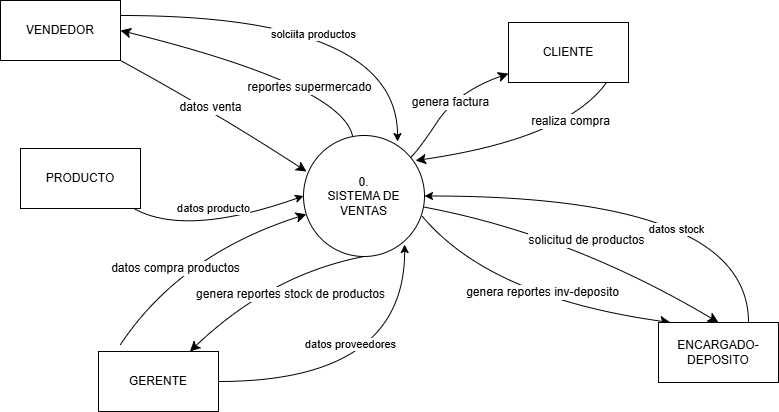
Before: assets/img/blog/modelo-ambiental.png, a diagram exported from draw.io (yson27/web-analisis-diseno). Source tidied: cells renumbered, new cells last; positions are measured from the earlier drawing's top-left corner, leaving out a move shared by most shapes.
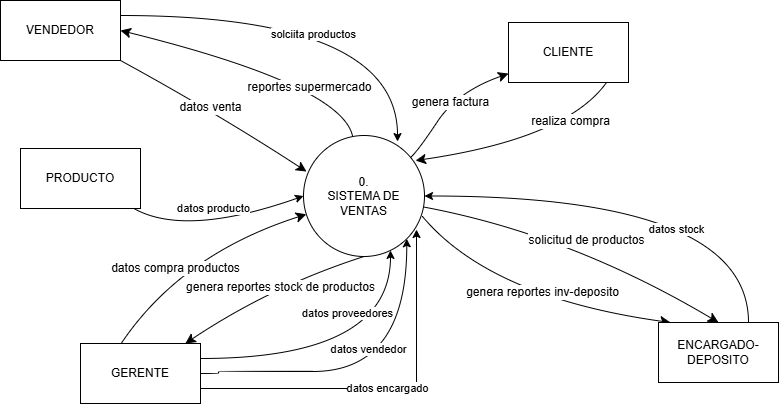
Later version of the same file.

The edit, as a diff of the source:
```diff
@@ -53,11 +53,17 @@
         <mxPoint x="1" as="offset" />
       </mxGeometry>
     </mxCell>
-    <mxCell id="11" value="datos proveedores" style="edgeStyle=orthogonalEdgeStyle;rounded=0;jettySize=auto;html=1;exitX=1;exitY=0.5;exitDx=0;exitDy=0;entryX=0.836;entryY=0.901;entryDx=0;entryDy=0;entryPerimeter=0;curved=1;" parent="1" edge="1" source="12" target="6">
-      <mxGeometry x="-0.18" y="37" relative="1" as="geometry" />
-    </mxCell>
+    <mxCell id="22" value="datos vendedor" style="edgeStyle=orthogonalEdgeStyle;rounded=0;jettySize=auto;html=1;exitX=1;exitY=0.5;exitDx=0;exitDy=0;curved=1;entryX=1;entryY=1;entryDx=0;entryDy=0;" parent="1" edge="1" source="12" target="6">
+      <mxGeometry y="22" relative="1" as="geometry">
+        <Array as="points">
+          <mxPoint x="218" y="373" />
+          <mxPoint x="218" y="371" />
+          <mxPoint x="406" y="371" />
+        </Array>
+      </mxGeometry>
+    </mxCell>
     <mxCell id="12" value="GERENTE" style="rounded=0;whiteSpace=wrap;html=1;" parent="1" vertex="1">
-      <mxGeometry x="98" y="351" width="120" height="60" as="geometry" />
+      <mxGeometry x="80" y="343" width="120" height="60" as="geometry" />
     </mxCell>
     <mxCell id="13" style="edgeStyle=orthogonalEdgeStyle;rounded=0;jettySize=auto;html=1;exitX=0.75;exitY=0;exitDx=0;exitDy=0;entryX=1;entryY=0.5;entryDx=0;entryDy=0;curved=1;" parent="1" edge="1" source="15" target="6">
       <mxGeometry relative="1" as="geometry" />
@@ -78,9 +84,9 @@
       </mxGeometry>
     </mxCell>
     <mxCell id="17" value="genera reportes stock de productos" style="edgeStyle=none;curved=1;rounded=0;jettySize=auto;html=1;exitX=0.5;exitY=1;exitDx=0;exitDy=0;fontSize=12;startSize=8;endSize=8;" parent="1" edge="1" source="6" target="12">
-      <mxGeometry x="-0.23" y="23" relative="1" as="geometry">
+      <mxGeometry x="-0.11" y="4" relative="1" as="geometry">
         <Array as="points">
-          <mxPoint x="270" y="274" />
+          <mxPoint x="270" y="286" />
         </Array>
       </mxGeometry>
     </mxCell>
@@ -106,5 +112,11 @@
         <mxPoint x="1" as="offset" />
       </mxGeometry>
     </mxCell>
+    <mxCell id="11" value="datos proveedores" style="edgeStyle=orthogonalEdgeStyle;rounded=0;jettySize=auto;html=1;exitX=1;exitY=0.25;exitDx=0;exitDy=0;entryX=0.719;entryY=0.95;entryDx=0;entryDy=0;entryPerimeter=0;curved=1;" parent="1" edge="1" source="12" target="6">
+      <mxGeometry x="0.58" y="43" relative="1" as="geometry" />
+    </mxCell>
+    <mxCell id="23" value="datos encargado" style="edgeStyle=orthogonalEdgeStyle;rounded=0;jettySize=auto;html=1;exitX=1;exitY=0.75;exitDx=0;exitDy=0;entryX=0.934;entryY=0.777;entryDx=0;entryDy=0;entryPerimeter=0;" parent="1" edge="1" source="12" target="6">
+      <mxGeometry relative="1" as="geometry" />
+    </mxCell>
   </root>
 </mxGraphModel>
```
